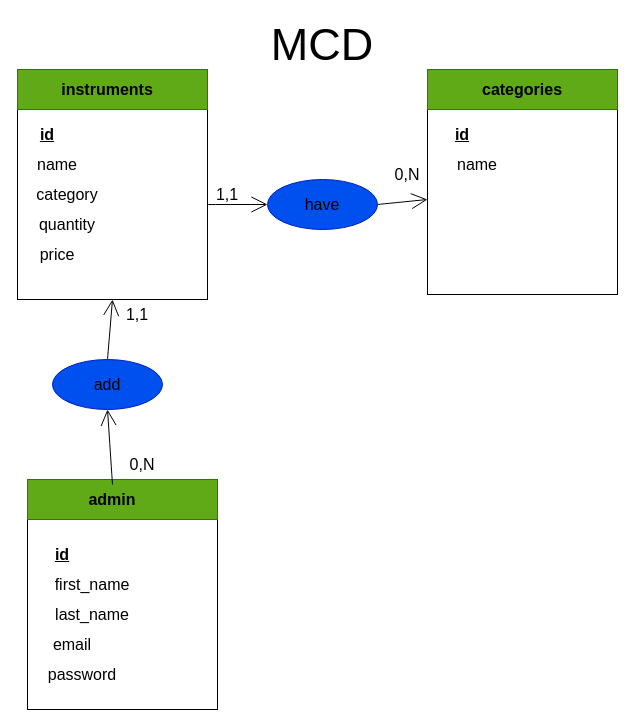
fouad150/Syst-me-de-gestion-des-instruments-de-musique keeps this draw.io diagram as merise.drawio. Above is the earlier version. Source tidied: cells renumbered, new cells numbered last; positions are measured from the earlier drawing's top-left corner, leaving out a move shared by most shapes. Both pictures are drawn from the tidied source at 100%, with x=0, y=0 at pixel (17, 29).
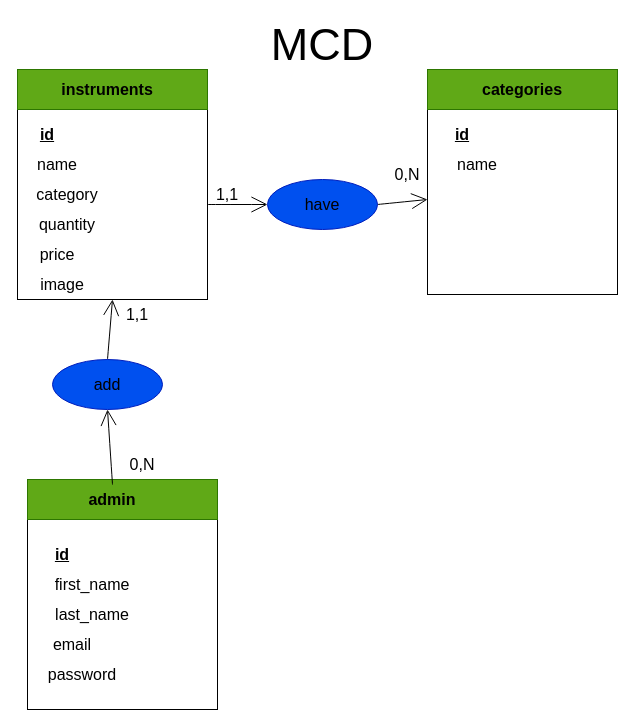
Above is the later version.

The edit, as a diff of the source:
```diff
@@
+    <mxCell id="36" value="image" style="text;strokeColor=none;fillColor=none;html=1;align=center;verticalAlign=middle;whiteSpace=wrap;rounded=0;fontSize=16;" parent="1" vertex="1">
+      <mxGeometry x="15" y="240" width="60" height="30" as="geometry" />
+    </mxCell>
```
